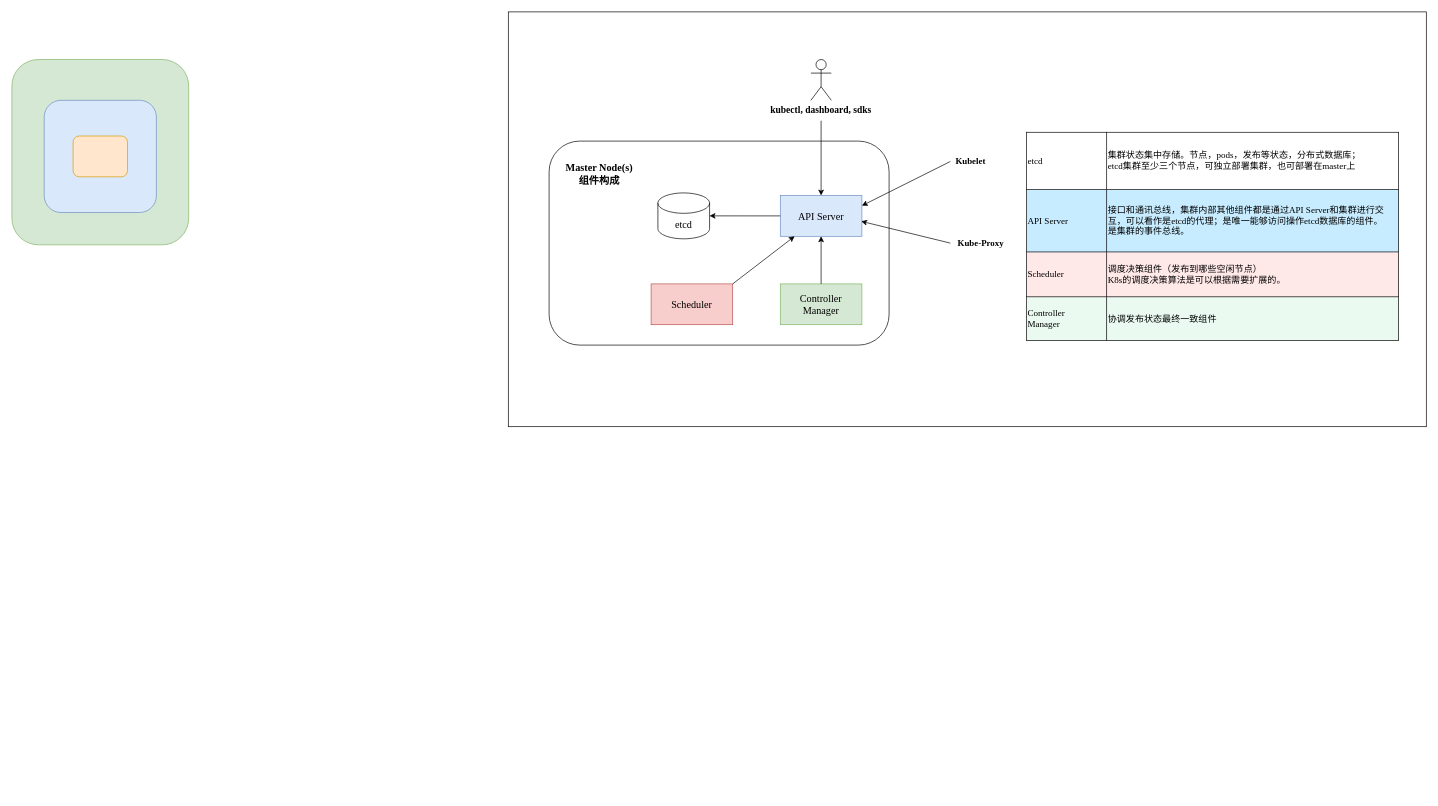
YingSi163/Effy keeps this draw.io diagram as k8s.drawio. Above is the earlier version. Source tidied: cells renumbered, new cells numbered last; positions are measured from the earlier drawing's top-left corner, leaving out a move shared by most shapes. Both pictures are drawn from the tidied source at 68%, with x=0, y=0 at pixel (12, 12).
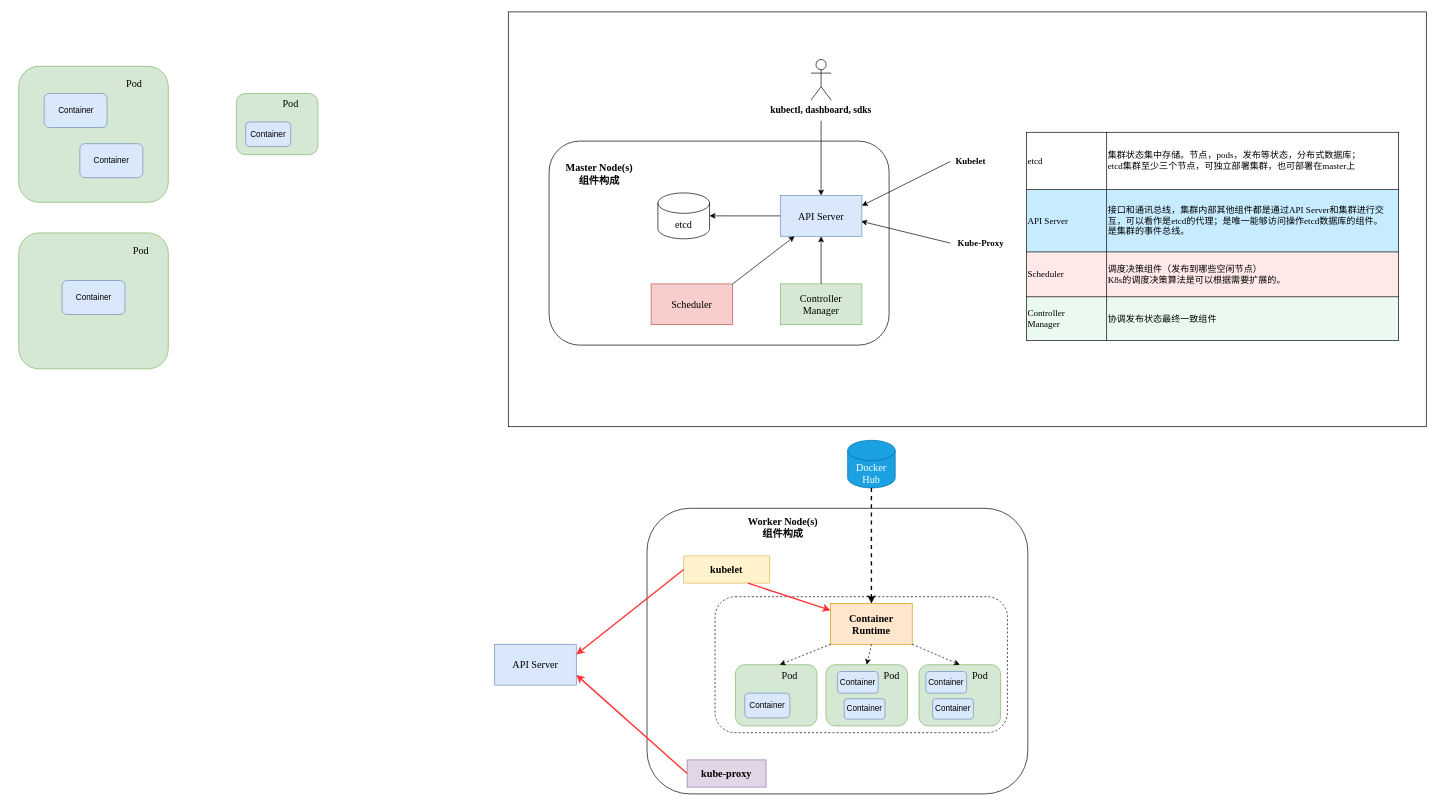
Above is the later version.

What changed in the source:
```diff
@@
+    <mxCell id="23" style="rounded=1;whiteSpace=wrap;html=1;labelBackgroundColor=none;labelBorderColor=default;fontFamily=Times New Roman;fontSize=15;" parent="1" vertex="1">
+      <mxGeometry x="934" y="730" width="560" height="420" as="geometry" />
+    </mxCell>
+    <mxCell id="24" style="rounded=1;whiteSpace=wrap;html=1;labelBackgroundColor=none;labelBorderColor=none;fontFamily=Times New Roman;fontSize=15;dashed=1;" parent="1" vertex="1">
+      <mxGeometry x="1034" y="860" width="430" height="200" as="geometry" />
+    </mxCell>
@@
     <mxCell id="3" style="rounded=1;whiteSpace=wrap;html=1;fillColor=#d5e8d4;strokeColor=#82b366;" parent="1" vertex="1">
-      <mxGeometry y="70" width="260" height="272.5" as="geometry" />
+      <mxGeometry x="10" y="80" width="220" height="200" as="geometry" />
     </mxCell>
-    <mxCell id="4" style="rounded=1;whiteSpace=wrap;html=1;fillColor=#dae8fc;strokeColor=#6c8ebf;" parent="1" vertex="1">
-      <mxGeometry x="47.5" y="130" width="165" height="165" as="geometry" />
+    <mxCell id="4" value="Container" style="rounded=1;whiteSpace=wrap;html=1;fillColor=#dae8fc;strokeColor=#6c8ebf;" parent="1" vertex="1">
+      <mxGeometry x="47.5" y="120" width="92.5" height="50" as="geometry" />
     </mxCell>
-    <mxCell id="5" style="rounded=1;whiteSpace=wrap;html=1;fillColor=#ffe6cc;strokeColor=#d79b00;" parent="1" vertex="1">
-      <mxGeometry x="90" y="182.5" width="80" height="60" as="geometry" />
-    </mxCell>
@@
+    <mxCell id="25" value="Worker Node(s)&lt;br&gt;组件构成" style="text;html=1;strokeColor=none;fillColor=none;align=center;verticalAlign=middle;whiteSpace=wrap;rounded=0;fontSize=15;fontStyle=1;fontFamily=Times New Roman;" parent="1" vertex="1">
+      <mxGeometry x="1064" y="740" width="140" height="35" as="geometry" />
+    </mxCell>
+    <mxCell id="26" value="kubelet" style="rounded=0;whiteSpace=wrap;html=1;labelBackgroundColor=none;labelBorderColor=none;fontFamily=Times New Roman;fontSize=15;fontStyle=1;fillColor=#fff2cc;strokeColor=#d6b656;" parent="1" vertex="1">
+      <mxGeometry x="988" y="800" width="126" height="40" as="geometry" />
+    </mxCell>
+    <mxCell id="27" value="Container&lt;br&gt;Runtime" style="rounded=0;whiteSpace=wrap;html=1;labelBackgroundColor=none;labelBorderColor=none;fontFamily=Times New Roman;fontSize=15;fontStyle=1;fillColor=#ffe6cc;strokeColor=#d79b00;" parent="1" vertex="1">
+      <mxGeometry x="1204" y="870" width="120" height="60" as="geometry" />
+    </mxCell>
+    <mxCell id="28" value="kube-proxy" style="rounded=0;whiteSpace=wrap;html=1;labelBackgroundColor=none;labelBorderColor=none;fontFamily=Times New Roman;fontSize=15;fontStyle=1;fillColor=#e1d5e7;strokeColor=#9673a6;" parent="1" vertex="1">
+      <mxGeometry x="993" y="1100" width="116" height="40" as="geometry" />
+    </mxCell>
+    <mxCell id="29" value="Container" style="rounded=1;whiteSpace=wrap;html=1;fillColor=#dae8fc;strokeColor=#6c8ebf;" parent="1" vertex="1">
+      <mxGeometry x="100" y="193.8" width="92.5" height="50" as="geometry" />
+    </mxCell>
+    <mxCell id="30" style="rounded=1;whiteSpace=wrap;html=1;fillColor=#d5e8d4;strokeColor=#82b366;" parent="1" vertex="1">
+      <mxGeometry x="330" y="120" width="120" height="90" as="geometry" />
+    </mxCell>
+    <mxCell id="31" value="Container" style="rounded=1;whiteSpace=wrap;html=1;fillColor=#dae8fc;strokeColor=#6c8ebf;" parent="1" vertex="1">
+      <mxGeometry x="343.8" y="161.9" width="66.2" height="36.2" as="geometry" />
+    </mxCell>
+    <mxCell id="32" value="Pod" style="text;html=1;strokeColor=none;fillColor=none;align=center;verticalAlign=middle;whiteSpace=wrap;rounded=0;dashed=1;labelBackgroundColor=none;labelBorderColor=none;fontFamily=Times New Roman;fontSize=15;" parent="1" vertex="1">
+      <mxGeometry x="150" y="90" width="60" height="30" as="geometry" />
+    </mxCell>
+    <mxCell id="33" value="Pod" style="text;html=1;strokeColor=none;fillColor=none;align=center;verticalAlign=middle;whiteSpace=wrap;rounded=0;dashed=1;labelBackgroundColor=none;labelBorderColor=none;fontFamily=Times New Roman;fontSize=15;" parent="1" vertex="1">
+      <mxGeometry x="380" y="120" width="60" height="30" as="geometry" />
+    </mxCell>
+    <mxCell id="34" style="rounded=1;whiteSpace=wrap;html=1;fillColor=#d5e8d4;strokeColor=#82b366;" parent="1" vertex="1">
+      <mxGeometry x="10" y="325" width="220" height="200" as="geometry" />
+    </mxCell>
+    <mxCell id="35" value="Container" style="rounded=1;whiteSpace=wrap;html=1;fillColor=#dae8fc;strokeColor=#6c8ebf;" parent="1" vertex="1">
+      <mxGeometry x="73.8" y="395" width="92.5" height="50" as="geometry" />
+    </mxCell>
+    <mxCell id="36" value="Pod" style="text;html=1;strokeColor=none;fillColor=none;align=center;verticalAlign=middle;whiteSpace=wrap;rounded=0;dashed=1;labelBackgroundColor=none;labelBorderColor=none;fontFamily=Times New Roman;fontSize=15;" parent="1" vertex="1">
+      <mxGeometry x="160" y="335" width="60" height="30" as="geometry" />
+    </mxCell>
+    <mxCell id="37" style="rounded=1;whiteSpace=wrap;html=1;fillColor=#d5e8d4;strokeColor=#82b366;" parent="1" vertex="1">
+      <mxGeometry x="1064" y="960" width="120" height="90" as="geometry" />
+    </mxCell>
+    <mxCell id="38" value="Container" style="rounded=1;whiteSpace=wrap;html=1;fillColor=#dae8fc;strokeColor=#6c8ebf;" parent="1" vertex="1">
+      <mxGeometry x="1077.8" y="1001.9" width="66.2" height="36.2" as="geometry" />
+    </mxCell>
+    <mxCell id="39" value="Pod" style="text;html=1;strokeColor=none;fillColor=none;align=center;verticalAlign=middle;whiteSpace=wrap;rounded=0;dashed=1;labelBackgroundColor=none;labelBorderColor=none;fontFamily=Times New Roman;fontSize=15;" parent="1" vertex="1">
+      <mxGeometry x="1114" y="960" width="60" height="30" as="geometry" />
+    </mxCell>
+    <mxCell id="40" style="rounded=1;whiteSpace=wrap;html=1;fillColor=#d5e8d4;strokeColor=#82b366;" parent="1" vertex="1">
+      <mxGeometry x="1197.1" y="960" width="120" height="90" as="geometry" />
+    </mxCell>
+    <mxCell id="41" value="Container" style="rounded=1;whiteSpace=wrap;html=1;fillColor=#dae8fc;strokeColor=#6c8ebf;" parent="1" vertex="1">
+      <mxGeometry x="1224" y="1010" width="60" height="30" as="geometry" />
+    </mxCell>
+    <mxCell id="42" value="Pod" style="text;html=1;strokeColor=none;fillColor=none;align=center;verticalAlign=middle;whiteSpace=wrap;rounded=0;dashed=1;labelBackgroundColor=none;labelBorderColor=none;fontFamily=Times New Roman;fontSize=15;" parent="1" vertex="1">
+      <mxGeometry x="1264" y="960" width="60" height="30" as="geometry" />
+    </mxCell>
+    <mxCell id="43" value="Container" style="rounded=1;whiteSpace=wrap;html=1;fillColor=#dae8fc;strokeColor=#6c8ebf;" parent="1" vertex="1">
+      <mxGeometry x="1214" y="970" width="60" height="31.9" as="geometry" />
+    </mxCell>
+    <mxCell id="44" style="rounded=1;whiteSpace=wrap;html=1;fillColor=#d5e8d4;strokeColor=#82b366;" parent="1" vertex="1">
+      <mxGeometry x="1334" y="960" width="120" height="90" as="geometry" />
+    </mxCell>
+    <mxCell id="45" value="Container" style="rounded=1;whiteSpace=wrap;html=1;fillColor=#dae8fc;strokeColor=#6c8ebf;" parent="1" vertex="1">
+      <mxGeometry x="1354" y="1010" width="60" height="30" as="geometry" />
+    </mxCell>
+    <mxCell id="46" value="Pod" style="text;html=1;strokeColor=none;fillColor=none;align=center;verticalAlign=middle;whiteSpace=wrap;rounded=0;dashed=1;labelBackgroundColor=none;labelBorderColor=none;fontFamily=Times New Roman;fontSize=15;" parent="1" vertex="1">
+      <mxGeometry x="1394" y="960" width="60" height="30" as="geometry" />
+    </mxCell>
+    <mxCell id="47" value="Container" style="rounded=1;whiteSpace=wrap;html=1;fillColor=#dae8fc;strokeColor=#6c8ebf;" parent="1" vertex="1">
+      <mxGeometry x="1344" y="970" width="60" height="31.9" as="geometry" />
+    </mxCell>
+    <mxCell id="48" style="endArrow=classic;html=1;rounded=0;fontFamily=Times New Roman;fontSize=15;exitX=0.75;exitY=1;exitDx=0;exitDy=0;strokeColor=#FF3333;strokeWidth=2;" parent="1" edge="1" source="26" target="27">
+      <mxGeometry relative="1" as="geometry" />
+    </mxCell>
+    <mxCell id="49" style="endArrow=classic;html=1;rounded=0;fontFamily=Times New Roman;fontSize=15;strokeColor=#000000;entryX=0.5;entryY=0;entryDx=0;entryDy=0;exitX=0.5;exitY=1;exitDx=0;exitDy=0;dashed=1;" parent="1" edge="1" source="27" target="40">
+      <mxGeometry relative="1" as="geometry" />
+    </mxCell>
+    <mxCell id="50" style="endArrow=classic;html=1;rounded=0;fontFamily=Times New Roman;fontSize=15;strokeColor=#000000;entryX=0.25;entryY=0;entryDx=0;entryDy=0;exitX=0;exitY=1;exitDx=0;exitDy=0;dashed=1;" parent="1" edge="1" source="27" target="39">
+      <mxGeometry relative="1" as="geometry" />
+    </mxCell>
+    <mxCell id="51" style="endArrow=classic;html=1;rounded=0;fontFamily=Times New Roman;fontSize=15;strokeColor=#000000;entryX=0.5;entryY=0;entryDx=0;entryDy=0;exitX=1;exitY=1;exitDx=0;exitDy=0;dashed=1;" parent="1" edge="1" source="27" target="44">
+      <mxGeometry relative="1" as="geometry" />
+    </mxCell>
+    <mxCell id="52" value="Docker&lt;br&gt;Hub" style="shape=cylinder3;whiteSpace=wrap;html=1;boundedLbl=1;backgroundOutline=1;size=15;labelBackgroundColor=none;labelBorderColor=none;fontFamily=Times New Roman;fontSize=15;fillColor=#1ba1e2;fontColor=#ffffff;strokeColor=#006EAF;" parent="1" vertex="1">
+      <mxGeometry x="1229" y="630" width="70" height="70" as="geometry" />
+    </mxCell>
+    <mxCell id="53" style="endArrow=classic;html=1;rounded=0;fontFamily=Times New Roman;fontSize=15;strokeColor=#000000;strokeWidth=2;dashed=1;entryX=0.5;entryY=0;entryDx=0;entryDy=0;exitX=0.5;exitY=1;exitDx=0;exitDy=0;exitPerimeter=0;" parent="1" edge="1" source="52" target="27">
+      <mxGeometry relative="1" as="geometry" />
+    </mxCell>
+    <mxCell id="54" value="API Server" style="rounded=0;whiteSpace=wrap;html=1;fontFamily=Times New Roman;fontSize=15;fillColor=#dae8fc;strokeColor=#6c8ebf;" parent="1" vertex="1">
+      <mxGeometry x="710" y="930" width="120" height="60" as="geometry" />
+    </mxCell>
+    <mxCell id="55" style="endArrow=classic;html=1;rounded=0;fontFamily=Times New Roman;fontSize=15;exitX=0;exitY=0.5;exitDx=0;exitDy=0;strokeColor=#FF3333;strokeWidth=2;entryX=1;entryY=0.25;entryDx=0;entryDy=0;" parent="1" edge="1" source="26" target="54">
+      <mxGeometry relative="1" as="geometry" />
+    </mxCell>
+    <mxCell id="56" style="endArrow=classic;html=1;rounded=0;fontFamily=Times New Roman;fontSize=15;exitX=0;exitY=0.5;exitDx=0;exitDy=0;strokeColor=#FF3333;strokeWidth=2;entryX=1;entryY=0.75;entryDx=0;entryDy=0;" parent="1" edge="1" source="28" target="54">
+      <mxGeometry relative="1" as="geometry" />
+    </mxCell>
```
